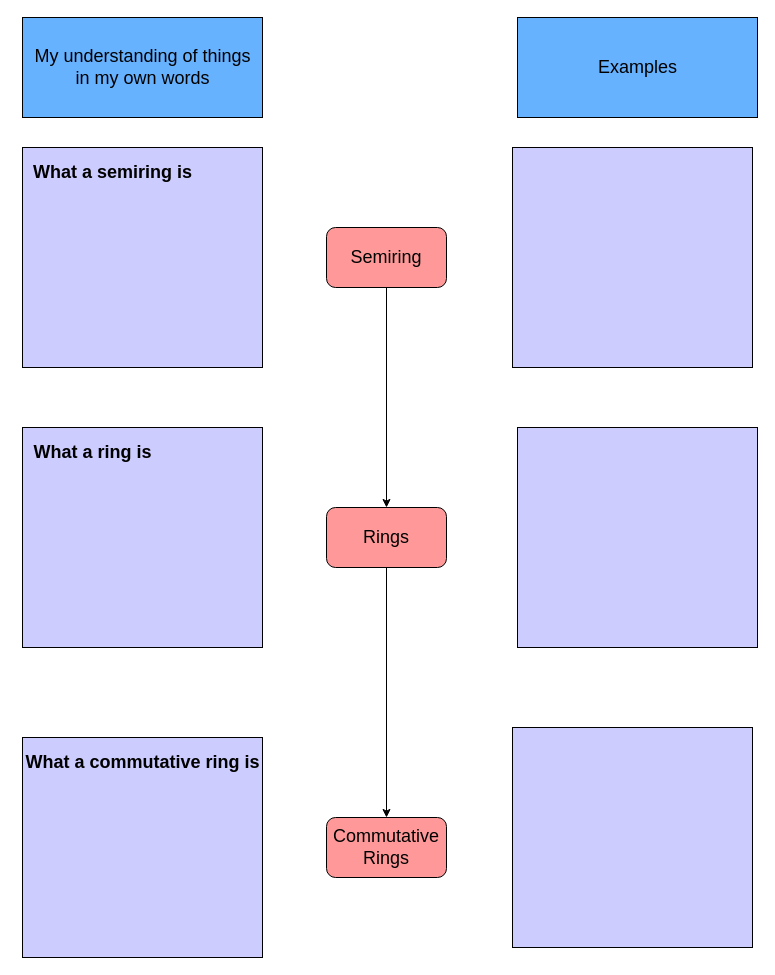
The draw.io diagram Untitled Diagram.drawio in El-Bicente/FormationVideoRessources, before the edit. Source tidied: cells renumbered, new cells numbered last; positions are measured from the earlier drawing's top-left corner, leaving out a move shared by most shapes. Both pictures are drawn from the tidied source at 100%, with x=0, y=0 at pixel (17, 17).
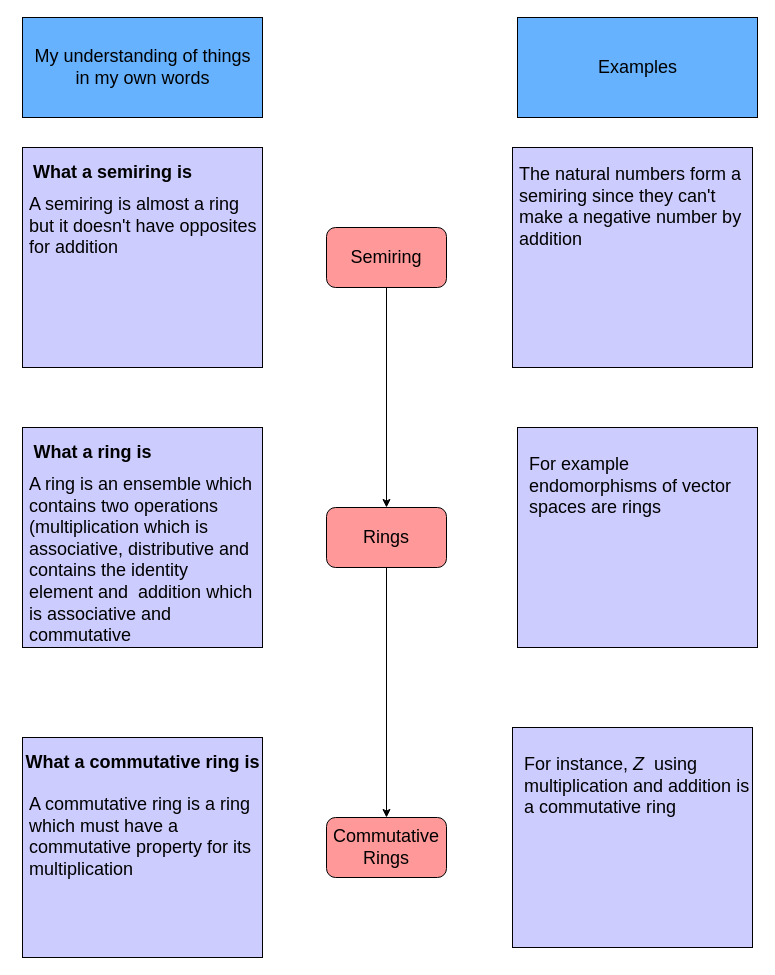
Above is the later version.

Diff of the diagram source:
```diff
@@
+    <mxCell id="20" value="&lt;div&gt;&lt;span&gt;A ring is an ensemble which contains two operations (multiplication which is associative, distributive and contains the identity element and&amp;nbsp; addition which is associative and commutative&lt;/span&gt;&lt;/div&gt;" style="text;html=1;strokeColor=none;fillColor=none;align=left;verticalAlign=top;whiteSpace=wrap;rounded=0;fontSize=18;" parent="1" vertex="1">
+      <mxGeometry x="10" y="450" width="230" height="160" as="geometry" />
+    </mxCell>
+    <mxCell id="21" value="For instance, &lt;i&gt;Z&amp;nbsp; &lt;/i&gt;using multiplication and addition is a commutative ring" style="text;html=1;strokeColor=none;fillColor=none;align=left;verticalAlign=top;whiteSpace=wrap;rounded=0;fontSize=18;" parent="1" vertex="1">
+      <mxGeometry x="505" y="730" width="230" height="160" as="geometry" />
+    </mxCell>
+    <mxCell id="22" value="A semiring is almost a ring but it doesn't have opposites for addition" style="text;html=1;strokeColor=none;fillColor=none;align=left;verticalAlign=top;whiteSpace=wrap;rounded=0;fontSize=18;" parent="1" vertex="1">
+      <mxGeometry x="10" y="170" width="230" height="160" as="geometry" />
+    </mxCell>
+    <mxCell id="23" value="The natural numbers form a semiring since they can't make a negative number by addition" style="text;html=1;strokeColor=none;fillColor=none;align=left;verticalAlign=top;whiteSpace=wrap;rounded=0;fontSize=18;" parent="1" vertex="1">
+      <mxGeometry x="500" y="140" width="230" height="160" as="geometry" />
+    </mxCell>
+    <mxCell id="24" value="A commutative ring is a ring which must have a commutative property for its multiplication" style="text;html=1;strokeColor=none;fillColor=none;align=left;verticalAlign=top;whiteSpace=wrap;rounded=0;fontSize=18;" parent="1" vertex="1">
+      <mxGeometry x="10" y="770" width="230" height="160" as="geometry" />
+    </mxCell>
+    <mxCell id="25" value="For example endomorphisms of vector spaces are rings" style="text;html=1;strokeColor=none;fillColor=none;align=left;verticalAlign=top;whiteSpace=wrap;rounded=0;fontSize=18;" parent="1" vertex="1">
+      <mxGeometry x="510" y="430" width="230" height="160" as="geometry" />
+    </mxCell>
```
